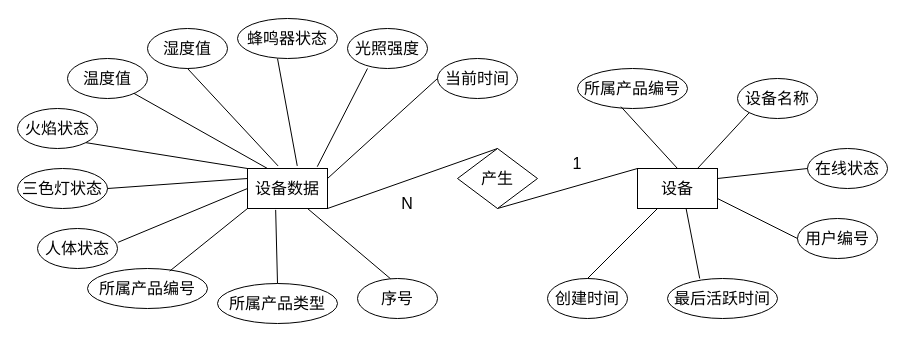
Before: 设备-设备数据.drawio in zhangruyi3906/img, a draw.io diagram. Source tidied: cells renumbered, new cells numbered last; positions are measured from the earlier drawing's top-left corner, leaving out a move shared by most shapes. Both pictures are drawn from the tidied source at 100%, with x=0, y=0 at pixel (17, 18).
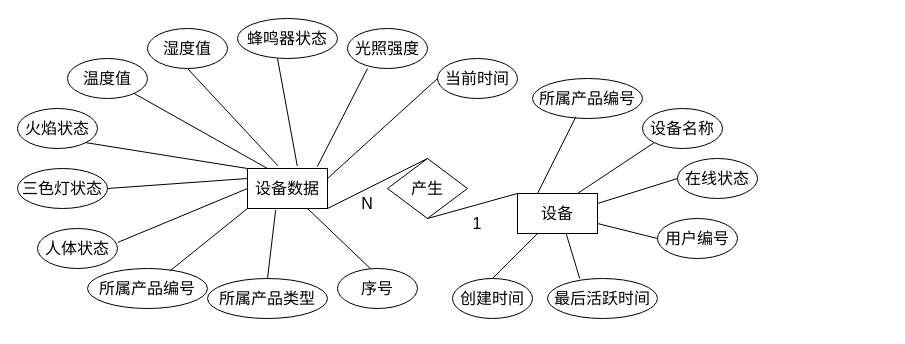
After the change.

Commit message (it also covers changes not shown here):
更新设备-设备数据.drawio

Change to the diagram source:
```diff
@@
     <mxCell id="3" value="&lt;font style=&quot;font-size: 16px;&quot;&gt;设备&lt;/font&gt;" style="rounded=0;whiteSpace=wrap;html=1;" parent="1" vertex="1">
-      <mxGeometry x="620" y="150" width="80" height="40" as="geometry" />
+      <mxGeometry x="500" y="175" width="80" height="40" as="geometry" />
     </mxCell>
     <mxCell id="4" value="&lt;p class=&quot;MsoNormal&quot;&gt;&lt;font face=&quot;Helvetica&quot; style=&quot;font-size: 16px;&quot;&gt;设备名称&lt;/font&gt;&lt;/p&gt;" style="ellipse;whiteSpace=wrap;html=1;" parent="1" vertex="1">
-      <mxGeometry x="720" y="60" width="80" height="40" as="geometry" />
+      <mxGeometry x="625" y="90" width="80" height="40" as="geometry" />
     </mxCell>
     <mxCell id="5" value="&lt;p class=&quot;MsoNormal&quot;&gt;&lt;font face=&quot;Helvetica&quot; style=&quot;font-size: 16px;&quot;&gt;在线状态&lt;/font&gt;&lt;/p&gt;" style="ellipse;whiteSpace=wrap;html=1;" parent="1" vertex="1">
-      <mxGeometry x="790" y="130" width="80" height="40" as="geometry" />
+      <mxGeometry x="660" y="140" width="80" height="40" as="geometry" />
     </mxCell>
     <mxCell id="6" value="&lt;p class=&quot;MsoNormal&quot;&gt;&lt;font face=&quot;Helvetica&quot; style=&quot;font-size: 16px;&quot;&gt;用户编号&lt;/font&gt;&lt;/p&gt;" style="ellipse;whiteSpace=wrap;html=1;" parent="1" vertex="1">
-      <mxGeometry x="780" y="200" width="80" height="40" as="geometry" />
+      <mxGeometry x="640" y="200" width="80" height="40" as="geometry" />
     </mxCell>
     <mxCell id="7" value="&lt;p class=&quot;MsoNormal&quot;&gt;&lt;font face=&quot;Helvetica&quot; style=&quot;font-size: 16px;&quot;&gt;最后活跃时间&lt;/font&gt;&lt;/p&gt;" style="ellipse;whiteSpace=wrap;html=1;" parent="1" vertex="1">
-      <mxGeometry x="650" y="260" width="110" height="40" as="geometry" />
+      <mxGeometry x="530" y="260" width="110" height="40" as="geometry" />
     </mxCell>
     <mxCell id="8" value="&lt;p class=&quot;MsoNormal&quot;&gt;&lt;font face=&quot;Helvetica&quot; style=&quot;font-size: 16px;&quot;&gt;所属产品编号&lt;/font&gt;&lt;/p&gt;" style="ellipse;whiteSpace=wrap;html=1;" parent="1" vertex="1">
-      <mxGeometry x="560" y="50" width="110" height="40" as="geometry" />
+      <mxGeometry x="515" y="60" width="110" height="40" as="geometry" />
     </mxCell>
     <mxCell id="9" value="&lt;p class=&quot;MsoNormal&quot;&gt;&lt;span style=&quot;color: rgb(0, 0, 0);&quot;&gt;&lt;font face=&quot;Helvetica&quot; style=&quot;font-size: 16px;&quot;&gt;创建时间&lt;/font&gt;&lt;/span&gt;&lt;/p&gt;" style="ellipse;whiteSpace=wrap;html=1;" parent="1" vertex="1">
-      <mxGeometry x="530" y="260" width="80" height="40" as="geometry" />
+      <mxGeometry x="435" y="260" width="80" height="40" as="geometry" />
     </mxCell>
-    <mxCell id="10" style="endArrow=none;html=1;rounded=0;entryX=0.395;entryY=0.955;entryDx=0;entryDy=0;entryPerimeter=0;exitX=0.5;exitY=0;exitDx=0;exitDy=0;" parent="1" edge="1" source="3" target="8">
+    <mxCell id="10" style="endArrow=none;html=1;rounded=0;entryX=0.395;entryY=0.955;entryDx=0;entryDy=0;entryPerimeter=0;exitX=0.25;exitY=0;exitDx=0;exitDy=0;" parent="1" edge="1" source="3" target="8">
       <mxGeometry relative="1" as="geometry" />
     </mxCell>
@@
     <mxCell id="16" value="&lt;span style=&quot;font-size: 16px;&quot;&gt;产生&lt;/span&gt;" style="rhombus;whiteSpace=wrap;html=1;" parent="1" vertex="1">
-      <mxGeometry x="440" y="130" width="80" height="60" as="geometry" />
+      <mxGeometry x="370" y="140" width="80" height="60" as="geometry" />
     </mxCell>
@@
     <mxCell id="26" value="&lt;p class=&quot;MsoNormal&quot;&gt;&lt;font face=&quot;Helvetica&quot; style=&quot;font-size: 16px;&quot;&gt;所属产品类型&lt;/font&gt;&lt;/p&gt;" style="ellipse;whiteSpace=wrap;html=1;" parent="1" vertex="1">
-      <mxGeometry x="200" y="265" width="120" height="40" as="geometry" />
+      <mxGeometry x="190" y="260" width="120" height="40" as="geometry" />
     </mxCell>
@@
     <mxCell id="28" value="&lt;p class=&quot;MsoNormal&quot;&gt;&lt;font face=&quot;Helvetica&quot; style=&quot;font-size: 16px;&quot;&gt;序号&lt;/font&gt;&lt;/p&gt;" style="ellipse;whiteSpace=wrap;html=1;" parent="1" vertex="1">
-      <mxGeometry x="340" y="260" width="80" height="40" as="geometry" />
+      <mxGeometry x="320" y="250" width="80" height="40" as="geometry" />
     </mxCell>
@@
     <mxCell id="41" value="&lt;span style=&quot;font-size: 16px;&quot;&gt;1&lt;/span&gt;" style="text;html=1;align=center;verticalAlign=middle;whiteSpace=wrap;rounded=0;" parent="1" vertex="1">
-      <mxGeometry x="530" y="130" width="60" height="30" as="geometry" />
+      <mxGeometry x="430" y="190" width="60" height="30" as="geometry" />
     </mxCell>
     <mxCell id="42" value="&lt;span style=&quot;font-size: 16px;&quot;&gt;N&lt;/span&gt;" style="text;html=1;align=center;verticalAlign=middle;whiteSpace=wrap;rounded=0;" parent="1" vertex="1">
-      <mxGeometry x="360" y="170" width="60" height="30" as="geometry" />
+      <mxGeometry x="320" y="170" width="60" height="30" as="geometry" />
     </mxCell>
```
